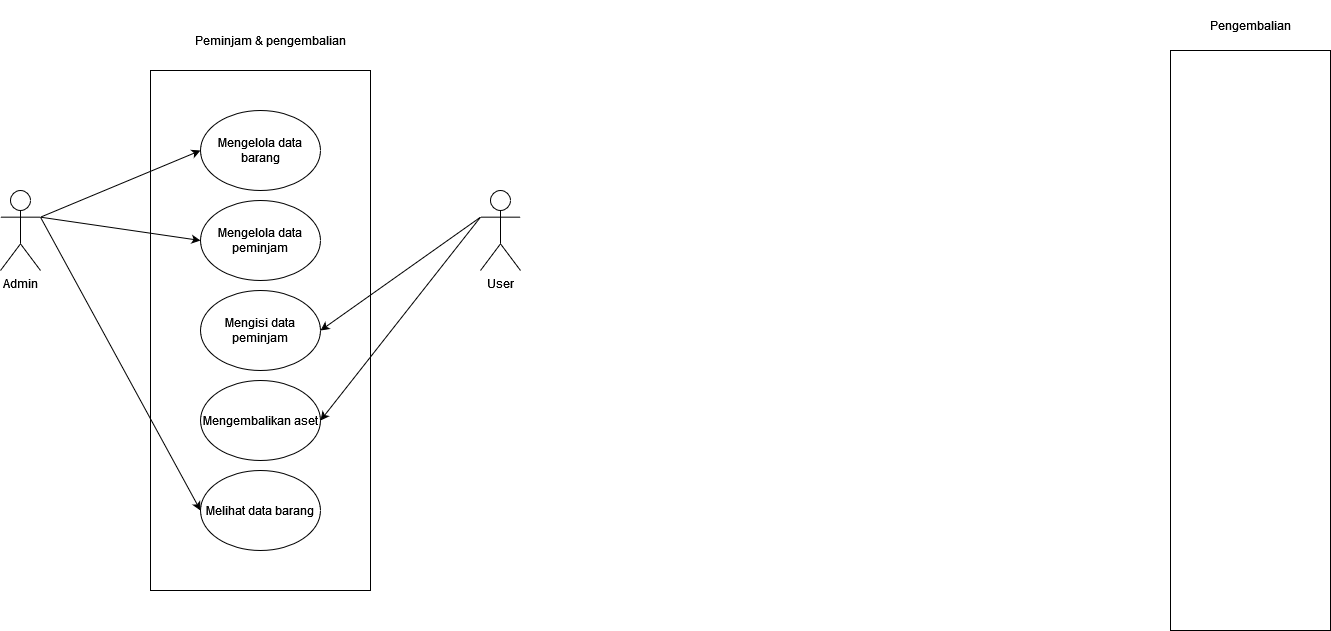
This is diagrams/Use Case Diagram.drawio.png from johannfac/aplikasipeminjamanaset, a draw.io export, as it was before one commit. Source tidied: cells renumbered, new cells last; positions are measured from the earlier drawing's top-left corner, leaving out a move shared by most shapes.
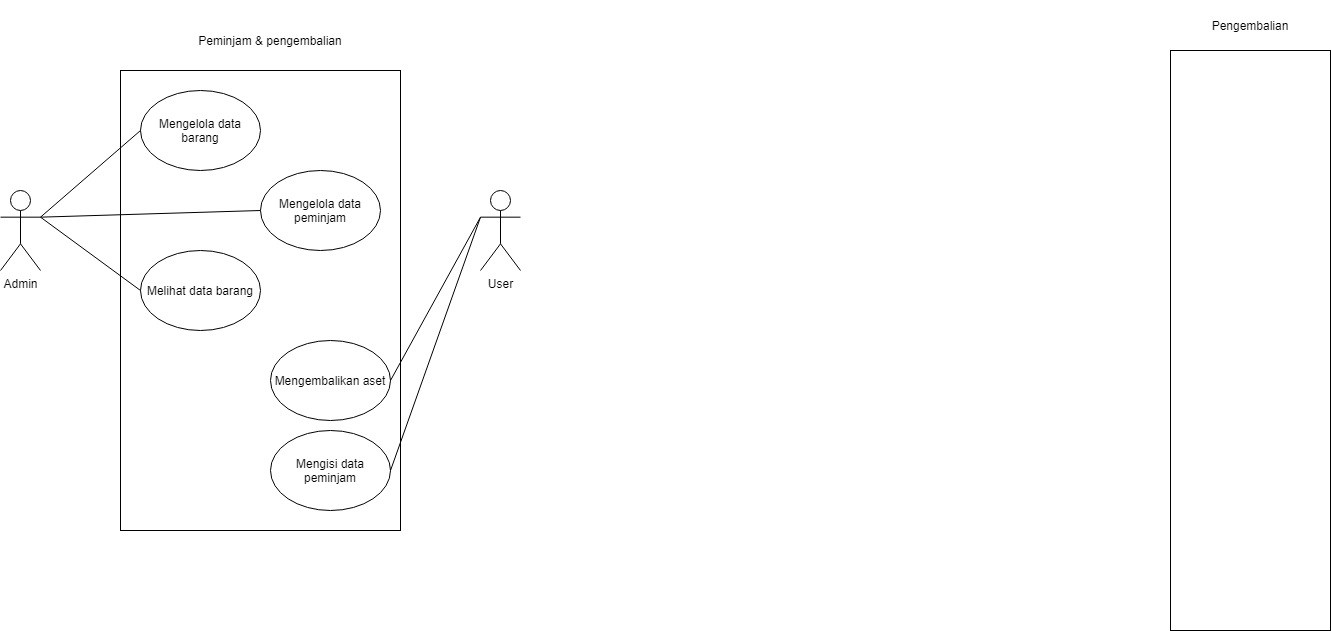
The same file after the commit.

What changed in the source:
```diff
@@ -3,10 +3,10 @@
     <mxCell id="0" />
     <mxCell id="1" parent="0" />
     <mxCell id="2" style="rounded=0;whiteSpace=wrap;html=1;" parent="1" vertex="1">
-      <mxGeometry x="150" y="70" width="220" height="520" as="geometry" />
+      <mxGeometry x="120" y="70" width="280" height="460" as="geometry" />
     </mxCell>
     <mxCell id="3" value="Mengelola data barang" style="ellipse;whiteSpace=wrap;html=1;" parent="1" vertex="1">
-      <mxGeometry x="200" y="110" width="120" height="80" as="geometry" />
+      <mxGeometry x="140" y="90" width="120" height="80" as="geometry" />
     </mxCell>
     <mxCell id="4" value="Kode barang" style="ellipse;whiteSpace=wrap;html=1;" parent="1" vertex="1">
       <mxGeometry x="1190" y="70" width="120" height="80" as="geometry" />
@@ -24,13 +24,13 @@
       <mxGeometry x="1190" y="400" width="120" height="80" as="geometry" />
     </mxCell>
     <mxCell id="9" value="Mengelola data peminjam" style="ellipse;whiteSpace=wrap;html=1;" parent="1" vertex="1">
-      <mxGeometry x="200" y="200" width="120" height="80" as="geometry" />
+      <mxGeometry x="260" y="170" width="120" height="80" as="geometry" />
     </mxCell>
     <mxCell id="10" value="Nama peminjam" style="ellipse;whiteSpace=wrap;html=1;" parent="1" vertex="1">
       <mxGeometry x="1190" y="510" width="120" height="80" as="geometry" />
     </mxCell>
     <mxCell id="11" value="Mengisi data peminjam" style="ellipse;whiteSpace=wrap;html=1;" parent="1" vertex="1">
-      <mxGeometry x="200" y="290" width="120" height="80" as="geometry" />
+      <mxGeometry x="270" y="430" width="120" height="80" as="geometry" />
     </mxCell>
     <mxCell id="12" value="Pengembalian" style="text;html=1;strokeColor=none;fillColor=none;align=center;verticalAlign=middle;whiteSpace=wrap;rounded=0;" parent="1" vertex="1">
       <mxGeometry x="1200" width="100" height="50" as="geometry" />
@@ -45,24 +45,24 @@
       <mxGeometry x="1170" y="50" width="160" height="580" as="geometry" />
     </mxCell>
     <mxCell id="16" value="Mengembalikan aset" style="ellipse;whiteSpace=wrap;html=1;" parent="1" vertex="1">
-      <mxGeometry x="200" y="380" width="120" height="80" as="geometry" />
+      <mxGeometry x="270" y="340" width="120" height="80" as="geometry" />
     </mxCell>
-    <mxCell id="17" style="endArrow=classic;html=1;rounded=0;exitX=1;exitY=0.3333333333333333;exitDx=0;exitDy=0;exitPerimeter=0;entryX=0;entryY=0.5;entryDx=0;entryDy=0;" parent="1" edge="1" source="7" target="3">
+    <mxCell id="17" style="endArrow=none;html=1;rounded=0;exitX=1;exitY=0.3333333333333333;exitDx=0;exitDy=0;exitPerimeter=0;entryX=0;entryY=0.5;entryDx=0;entryDy=0;endFill=0;" parent="1" edge="1" source="7" target="3">
       <mxGeometry relative="1" as="geometry" />
     </mxCell>
-    <mxCell id="18" style="endArrow=classic;html=1;rounded=0;exitX=1;exitY=0.3333333333333333;exitDx=0;exitDy=0;exitPerimeter=0;entryX=0;entryY=0.5;entryDx=0;entryDy=0;" parent="1" edge="1" source="7" target="9">
+    <mxCell id="18" style="endArrow=none;html=1;rounded=0;exitX=1;exitY=0.3333333333333333;exitDx=0;exitDy=0;exitPerimeter=0;entryX=0;entryY=0.5;entryDx=0;entryDy=0;endFill=0;" parent="1" edge="1" source="7" target="9">
       <mxGeometry relative="1" as="geometry" />
     </mxCell>
-    <mxCell id="19" style="endArrow=classic;html=1;rounded=0;exitX=0;exitY=0.3333333333333333;exitDx=0;exitDy=0;exitPerimeter=0;entryX=1;entryY=0.5;entryDx=0;entryDy=0;" parent="1" edge="1" source="13" target="11">
+    <mxCell id="19" style="endArrow=none;html=1;rounded=0;exitX=0;exitY=0.3333333333333333;exitDx=0;exitDy=0;exitPerimeter=0;entryX=1;entryY=0.5;entryDx=0;entryDy=0;endFill=0;" parent="1" edge="1" source="13" target="11">
       <mxGeometry relative="1" as="geometry" />
     </mxCell>
-    <mxCell id="20" style="endArrow=classic;html=1;rounded=0;exitX=0;exitY=0.3333333333333333;exitDx=0;exitDy=0;exitPerimeter=0;entryX=1;entryY=0.5;entryDx=0;entryDy=0;" parent="1" edge="1" source="13" target="16">
+    <mxCell id="20" style="endArrow=none;html=1;rounded=0;exitX=0;exitY=0.3333333333333333;exitDx=0;exitDy=0;exitPerimeter=0;entryX=1;entryY=0.5;entryDx=0;entryDy=0;endFill=0;" parent="1" edge="1" source="13" target="16">
       <mxGeometry relative="1" as="geometry" />
     </mxCell>
     <mxCell id="21" value="Melihat data barang" style="ellipse;whiteSpace=wrap;html=1;" parent="1" vertex="1">
-      <mxGeometry x="200" y="470" width="120" height="80" as="geometry" />
+      <mxGeometry x="140" y="250" width="120" height="80" as="geometry" />
     </mxCell>
-    <mxCell id="22" style="endArrow=classic;html=1;rounded=0;exitX=1;exitY=0.3333333333333333;exitDx=0;exitDy=0;exitPerimeter=0;entryX=0;entryY=0.5;entryDx=0;entryDy=0;" parent="1" edge="1" source="7" target="21">
+    <mxCell id="22" style="endArrow=none;html=1;rounded=0;exitX=1;exitY=0.3333333333333333;exitDx=0;exitDy=0;exitPerimeter=0;entryX=0;entryY=0.5;entryDx=0;entryDy=0;endFill=0;" parent="1" edge="1" source="7" target="21">
       <mxGeometry relative="1" as="geometry" />
     </mxCell>
   </root>
```
